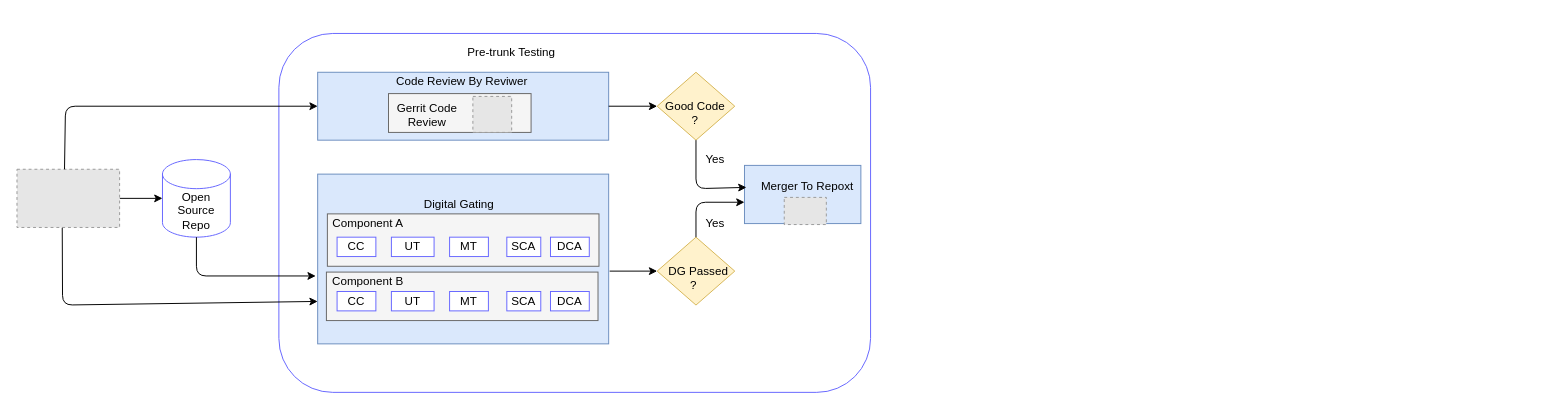
Earlier version of the draw.io diagram Untitled Diagram.drawio (maninokia/log). Source tidied: cells renumbered, new cells numbered last; positions are measured from the earlier drawing's top-left corner, leaving out a move shared by most shapes. Both pictures are drawn from the tidied source at 97%, with x=0, y=0 at pixel (16, 33). Pictures stored in the file or linked from it are replaced by grey dashed boxes.
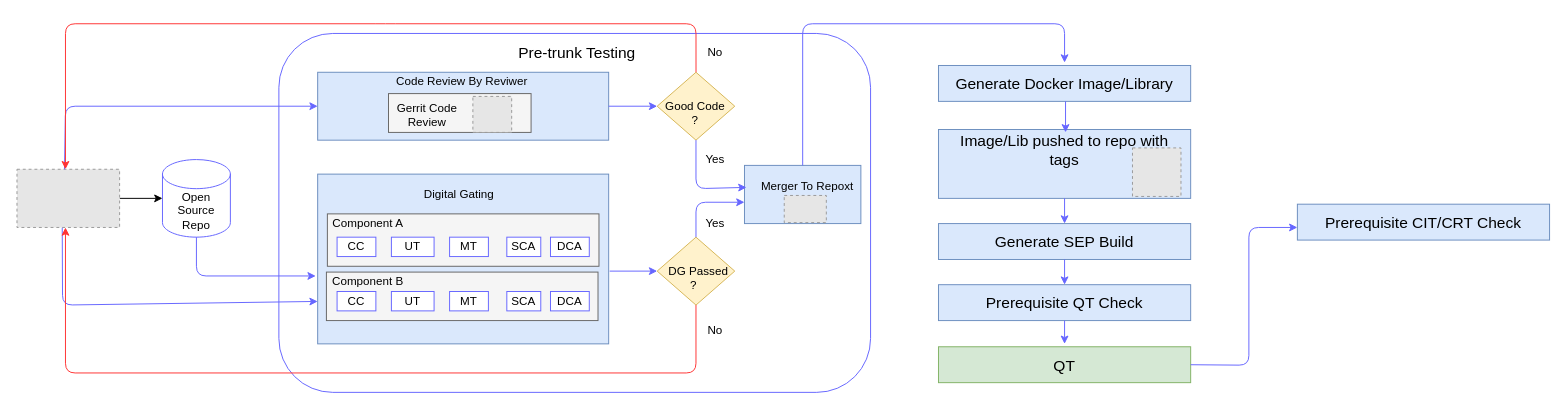
The same diagram, later.

Unchanged cells that the change refers to:
```xml
<mxCell id="3" style="fillColor=#E6E6E6;strokeColor=#999999;dashed=1;verticalLabelPosition=bottom;verticalAlign=top;" parent="1" vertex="1">
  <mxGeometry y="140" width="105.8" height="60" as="geometry" />
</mxCell>
<mxCell id="4" value="Open Source Repo" style="shape=cylinder3;whiteSpace=wrap;html=1;boundedLbl=1;backgroundOutline=1;size=15;strokeColor=#6666FF;" parent="1" vertex="1">
  <mxGeometry x="150" y="130" width="70" height="80" as="geometry" />
</mxCell>
<mxCell id="5" style="rounded=1;whiteSpace=wrap;html=1;strokeColor=#6666FF;" parent="1" vertex="1">
  <mxGeometry x="270" width="610" height="370" as="geometry" />
</mxCell>
<mxCell id="7" style="rounded=0;whiteSpace=wrap;html=1;strokeColor=#6c8ebf;fillColor=#dae8fc;" parent="1" vertex="1">
  <mxGeometry x="310" y="40" width="300" height="70" as="geometry" />
</mxCell>
<mxCell id="12" style="rounded=0;whiteSpace=wrap;html=1;strokeColor=#6c8ebf;fillColor=#dae8fc;" parent="1" vertex="1">
  <mxGeometry x="310" y="145" width="300" height="175" as="geometry" />
</mxCell>
<mxCell id="31" value="&lt;div style=&quot;text-align: center&quot;&gt;&lt;span&gt;&lt;br&gt;&lt;/span&gt;&lt;/div&gt;&lt;div style=&quot;text-align: center&quot;&gt;&lt;span&gt;&amp;nbsp; &amp;nbsp;DG Passed&lt;/span&gt;&lt;/div&gt;&lt;div style=&quot;text-align: center&quot;&gt;&lt;span&gt;?&lt;/span&gt;&lt;/div&gt;" style="rhombus;whiteSpace=wrap;html=1;strokeColor=#d6b656;align=left;fillColor=#fff2cc;" parent="1" vertex="1">
  <mxGeometry x="660" y="210" width="80" height="70" as="geometry" />
</mxCell>
<mxCell id="32" value="&lt;div style=&quot;text-align: center&quot;&gt;&lt;span&gt;&lt;br&gt;&lt;/span&gt;&lt;/div&gt;&lt;div style=&quot;text-align: center&quot;&gt;&lt;span&gt;&amp;nbsp; Good Code&lt;/span&gt;&lt;/div&gt;&lt;div style=&quot;text-align: center&quot;&gt;&lt;span&gt;&amp;nbsp; ?&lt;/span&gt;&lt;/div&gt;" style="rhombus;whiteSpace=wrap;html=1;strokeColor=#d6b656;align=left;fillColor=#fff2cc;" parent="1" vertex="1">
  <mxGeometry x="660" y="40" width="80" height="70" as="geometry" />
</mxCell>
<mxCell id="35" style="rounded=0;whiteSpace=wrap;html=1;strokeColor=#6c8ebf;fillColor=#dae8fc;" parent="1" vertex="1">
  <mxGeometry x="750" y="136" width="120" height="60" as="geometry" />
</mxCell>
```

What changed in the source:
```diff
@@
-    <mxCell id="6" value="Pre-trunk Testing" style="text;html=1;strokeColor=none;fillColor=none;align=center;verticalAlign=middle;whiteSpace=wrap;rounded=0;" parent="1" vertex="1">
-      <mxGeometry x="450" y="10" width="120" height="20" as="geometry" />
+    <mxCell id="6" value="Pre-trunk Testing" style="text;html=1;strokeColor=none;fillColor=none;align=center;verticalAlign=middle;whiteSpace=wrap;rounded=0;fontSize=16;" parent="1" vertex="1">
+      <mxGeometry x="505" y="10" width="145" height="20" as="geometry" />
     </mxCell>
@@
     <mxCell id="13" value="Digital Gating" style="text;html=1;strokeColor=none;fillColor=none;align=center;verticalAlign=middle;whiteSpace=wrap;rounded=0;" parent="1" vertex="1">
-      <mxGeometry x="416" y="166" width="80" height="20" as="geometry" />
+      <mxGeometry x="416" y="156" width="80" height="20" as="geometry" />
     </mxCell>
@@
-    <mxCell id="28" style="endArrow=classic;html=1;entryX=0;entryY=0.5;entryDx=0;entryDy=0;" parent="1" edge="1">
+    <mxCell id="28" style="endArrow=classic;html=1;entryX=0;entryY=0.5;entryDx=0;entryDy=0;strokeColor=#6666FF;" parent="1" edge="1">
       <mxGeometry relative="1" as="geometry">
         <mxPoint x="49" y="140" as="sourcePoint" />
         <mxPoint x="310" y="75" as="targetPoint" />
         <Array as="points">
           <mxPoint x="50" y="75" />
         </Array>
       </mxGeometry>
     </mxCell>
-    <mxCell id="29" style="endArrow=classic;html=1;exitX=0.5;exitY=1;exitDx=0;exitDy=0;exitPerimeter=0;" parent="1" edge="1" source="4">
+    <mxCell id="29" style="endArrow=classic;html=1;exitX=0.5;exitY=1;exitDx=0;exitDy=0;exitPerimeter=0;strokeColor=#6666FF;" parent="1" edge="1" source="4">
       <mxGeometry relative="1" as="geometry">
         <mxPoint x="308" y="250" as="targetPoint" />
         <Array as="points">
           <mxPoint x="185" y="250" />
         </Array>
       </mxGeometry>
     </mxCell>
-    <mxCell id="30" style="endArrow=classic;html=1;entryX=0;entryY=0.75;entryDx=0;entryDy=0;exitX=0.441;exitY=1.006;exitDx=0;exitDy=0;exitPerimeter=0;" parent="1" edge="1" source="3" target="12">
+    <mxCell id="30" style="endArrow=classic;html=1;entryX=0;entryY=0.75;entryDx=0;entryDy=0;exitX=0.441;exitY=1.006;exitDx=0;exitDy=0;exitPerimeter=0;strokeColor=#6666FF;" parent="1" edge="1" source="3" target="12">
       <mxGeometry relative="1" as="geometry">
         <Array as="points">
           <mxPoint x="47" y="280" />
         </Array>
       </mxGeometry>
     </mxCell>
@@
-    <mxCell id="33" style="endArrow=classic;html=1;exitX=1;exitY=0.5;exitDx=0;exitDy=0;entryX=0;entryY=0.5;entryDx=0;entryDy=0;" parent="1" edge="1" source="7" target="32">
+    <mxCell id="33" style="endArrow=classic;html=1;exitX=1;exitY=0.5;exitDx=0;exitDy=0;entryX=0;entryY=0.5;entryDx=0;entryDy=0;strokeColor=#6666FF;" parent="1" edge="1" source="7" target="32">
       <mxGeometry relative="1" as="geometry" />
     </mxCell>
-    <mxCell id="34" style="endArrow=classic;html=1;entryX=0;entryY=0.5;entryDx=0;entryDy=0;" parent="1" edge="1" target="31">
+    <mxCell id="34" style="endArrow=classic;html=1;entryX=0;entryY=0.5;entryDx=0;entryDy=0;strokeColor=#6666FF;" parent="1" edge="1" target="31">
       <mxGeometry relative="1" as="geometry">
         <mxPoint x="611" y="245" as="sourcePoint" />
       </mxGeometry>
     </mxCell>
@@
     <mxCell id="37" style="fillColor=#E6E6E6;strokeColor=#999999;dashed=1;verticalLabelPosition=bottom;verticalAlign=top;" parent="1" vertex="1">
-      <mxGeometry x="791" y="169" width="43.4" height="28" as="geometry" />
+      <mxGeometry x="791" y="167" width="43.4" height="28" as="geometry" />
     </mxCell>
-    <mxCell id="38" style="endArrow=classic;html=1;exitX=0.5;exitY=0;exitDx=0;exitDy=0;" parent="1" edge="1" source="31">
+    <mxCell id="38" style="endArrow=classic;html=1;exitX=0.5;exitY=0;exitDx=0;exitDy=0;strokeColor=#6666FF;" parent="1" edge="1" source="31">
       <mxGeometry relative="1" as="geometry">
         <mxPoint x="750" y="174" as="targetPoint" />
         <Array as="points">
           <mxPoint x="700" y="174" />
         </Array>
       </mxGeometry>
     </mxCell>
-    <mxCell id="39" style="endArrow=classic;html=1;exitX=0.5;exitY=1;exitDx=0;exitDy=0;entryX=0.017;entryY=0.378;entryDx=0;entryDy=0;entryPerimeter=0;" parent="1" edge="1" source="32" target="35">
+    <mxCell id="39" style="endArrow=classic;html=1;exitX=0.5;exitY=1;exitDx=0;exitDy=0;entryX=0.017;entryY=0.378;entryDx=0;entryDy=0;entryPerimeter=0;strokeColor=#6666FF;" parent="1" edge="1" source="32" target="35">
       <mxGeometry relative="1" as="geometry">
         <Array as="points">
           <mxPoint x="700" y="160" />
         </Array>
       </mxGeometry>
     </mxCell>
@@
+    <mxCell id="42" style="endArrow=classic;html=1;exitX=0.705;exitY=0.108;exitDx=0;exitDy=0;exitPerimeter=0;strokeColor=#FF3333;" parent="1" edge="1" source="5">
+      <mxGeometry relative="1" as="geometry">
+        <mxPoint x="50" y="140" as="targetPoint" />
+        <Array as="points">
+          <mxPoint x="700" y="-10" />
+          <mxPoint x="380" y="-10" />
+          <mxPoint x="50" y="-10" />
+        </Array>
+      </mxGeometry>
+    </mxCell>
+    <mxCell id="43" value="No" style="text;html=1;strokeColor=none;fillColor=none;align=center;verticalAlign=middle;whiteSpace=wrap;rounded=0;" parent="1" vertex="1">
+      <mxGeometry x="700" y="10" width="40" height="20" as="geometry" />
+    </mxCell>
+    <mxCell id="44" style="endArrow=classic;html=1;strokeColor=#FF3333;exitX=0.5;exitY=1;exitDx=0;exitDy=0;" parent="1" edge="1" source="31">
+      <mxGeometry relative="1" as="geometry">
+        <mxPoint x="50" y="200" as="targetPoint" />
+        <Array as="points">
+          <mxPoint x="700" y="350" />
+          <mxPoint x="50" y="350" />
+        </Array>
+      </mxGeometry>
+    </mxCell>
+    <mxCell id="45" value="No" style="text;html=1;strokeColor=none;fillColor=none;align=center;verticalAlign=middle;whiteSpace=wrap;rounded=0;" parent="1" vertex="1">
+      <mxGeometry x="700" y="296" width="40" height="20" as="geometry" />
+    </mxCell>
+    <mxCell id="46" value="Generate Docker Image/Library" style="rounded=0;whiteSpace=wrap;html=1;fontSize=16;strokeColor=#6c8ebf;fillColor=#dae8fc;" parent="1" vertex="1">
+      <mxGeometry x="950" y="33" width="260" height="37" as="geometry" />
+    </mxCell>
+    <mxCell id="47" style="rounded=0;whiteSpace=wrap;html=1;fontSize=16;strokeColor=#6c8ebf;fillColor=#dae8fc;" parent="1" vertex="1">
+      <mxGeometry x="950" y="99" width="260" height="71" as="geometry" />
+    </mxCell>
+    <mxCell id="48" value="Image/Lib pushed to repo with tags" style="text;html=1;strokeColor=none;fillColor=none;align=center;verticalAlign=middle;whiteSpace=wrap;rounded=0;fontSize=16;" parent="1" vertex="1">
+      <mxGeometry x="960" y="110" width="240" height="20" as="geometry" />
+    </mxCell>
+    <mxCell id="49" style="fillColor=#E6E6E6;strokeColor=#999999;dashed=1;verticalLabelPosition=bottom;verticalAlign=top;fontSize=16;" parent="1" vertex="1">
+      <mxGeometry x="1150" y="118" width="50" height="50" as="geometry" />
+    </mxCell>
+    <mxCell id="50" value="Generate SEP Build" style="rounded=0;whiteSpace=wrap;html=1;fontSize=16;strokeColor=#6c8ebf;fillColor=#dae8fc;" parent="1" vertex="1">
+      <mxGeometry x="950" y="196" width="260" height="37" as="geometry" />
+    </mxCell>
+    <mxCell id="51" value="Prerequisite QT Check" style="rounded=0;whiteSpace=wrap;html=1;fontSize=16;strokeColor=#6c8ebf;fillColor=#dae8fc;" parent="1" vertex="1">
+      <mxGeometry x="950" y="259" width="260" height="37" as="geometry" />
+    </mxCell>
+    <mxCell id="52" value="QT" style="rounded=0;whiteSpace=wrap;html=1;fontSize=16;strokeColor=#82b366;fillColor=#d5e8d4;" parent="1" vertex="1">
+      <mxGeometry x="950" y="323" width="260" height="37" as="geometry" />
+    </mxCell>
+    <mxCell id="53" style="endArrow=classic;html=1;fontSize=16;exitX=0.5;exitY=0;exitDx=0;exitDy=0;strokeColor=#6666FF;" parent="1" edge="1" source="35">
+      <mxGeometry relative="1" as="geometry">
+        <mxPoint x="1080" y="30" as="targetPoint" />
+        <Array as="points">
+          <mxPoint x="810" y="-10" />
+          <mxPoint x="1080" y="-10" />
+        </Array>
+      </mxGeometry>
+    </mxCell>
+    <mxCell id="54" style="endArrow=classic;html=1;fontSize=16;strokeColor=#6666FF;" parent="1" edge="1">
+      <mxGeometry relative="1" as="geometry">
+        <mxPoint x="1081" y="70" as="sourcePoint" />
+        <mxPoint x="1081" y="102" as="targetPoint" />
+      </mxGeometry>
+    </mxCell>
+    <mxCell id="55" style="endArrow=classic;html=1;fontSize=16;strokeColor=#6666FF;exitX=0.5;exitY=1;exitDx=0;exitDy=0;entryX=0.5;entryY=0;entryDx=0;entryDy=0;" parent="1" edge="1" source="47" target="50">
+      <mxGeometry relative="1" as="geometry" />
+    </mxCell>
+    <mxCell id="56" style="endArrow=classic;html=1;fontSize=16;strokeColor=#6666FF;entryX=0.5;entryY=0;entryDx=0;entryDy=0;exitX=0.5;exitY=1;exitDx=0;exitDy=0;" parent="1" edge="1" source="50" target="51">
+      <mxGeometry relative="1" as="geometry" />
+    </mxCell>
+    <mxCell id="57" style="endArrow=classic;html=1;fontSize=16;strokeColor=#6666FF;exitX=0.5;exitY=1;exitDx=0;exitDy=0;" parent="1" edge="1" source="51">
+      <mxGeometry relative="1" as="geometry">
+        <mxPoint x="1080" y="320" as="targetPoint" />
+      </mxGeometry>
+    </mxCell>
+    <mxCell id="58" value="Prerequisite CIT/CRT Check" style="rounded=0;whiteSpace=wrap;html=1;fontSize=16;strokeColor=#6c8ebf;fillColor=#dae8fc;" parent="1" vertex="1">
+      <mxGeometry x="1320" y="176" width="260" height="37" as="geometry" />
+    </mxCell>
+    <mxCell id="59" style="endArrow=classic;html=1;fontSize=16;strokeColor=#6666FF;exitX=1;exitY=0.5;exitDx=0;exitDy=0;" parent="1" edge="1" source="52">
+      <mxGeometry relative="1" as="geometry">
+        <mxPoint x="1320" y="200" as="targetPoint" />
+        <Array as="points">
+          <mxPoint x="1270" y="342" />
+          <mxPoint x="1270" y="200" />
+        </Array>
+      </mxGeometry>
+    </mxCell>
```
